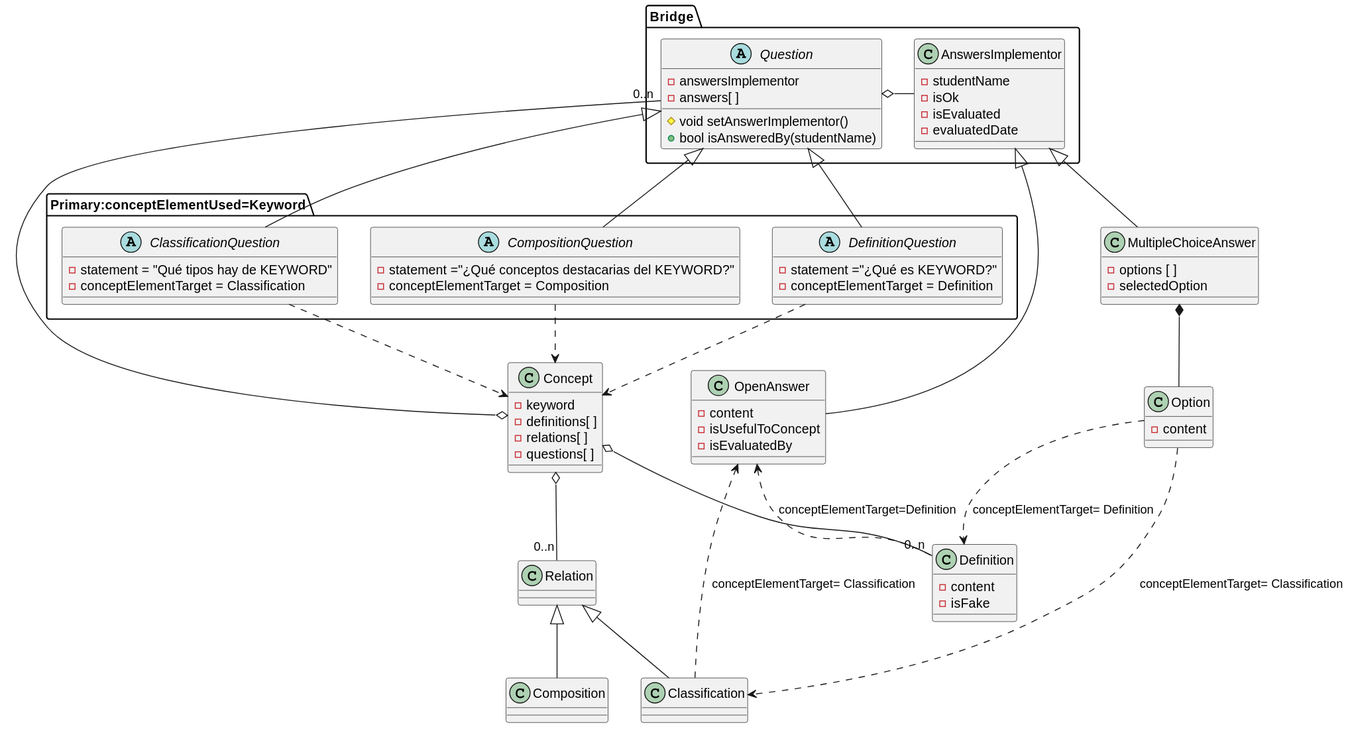
This is out/doc/dominio_detail_concept/ConceptDomainDetailBridge2.svg from Joselon/ProyectoOpoTest, a PlantUML export, as it was before one commit.
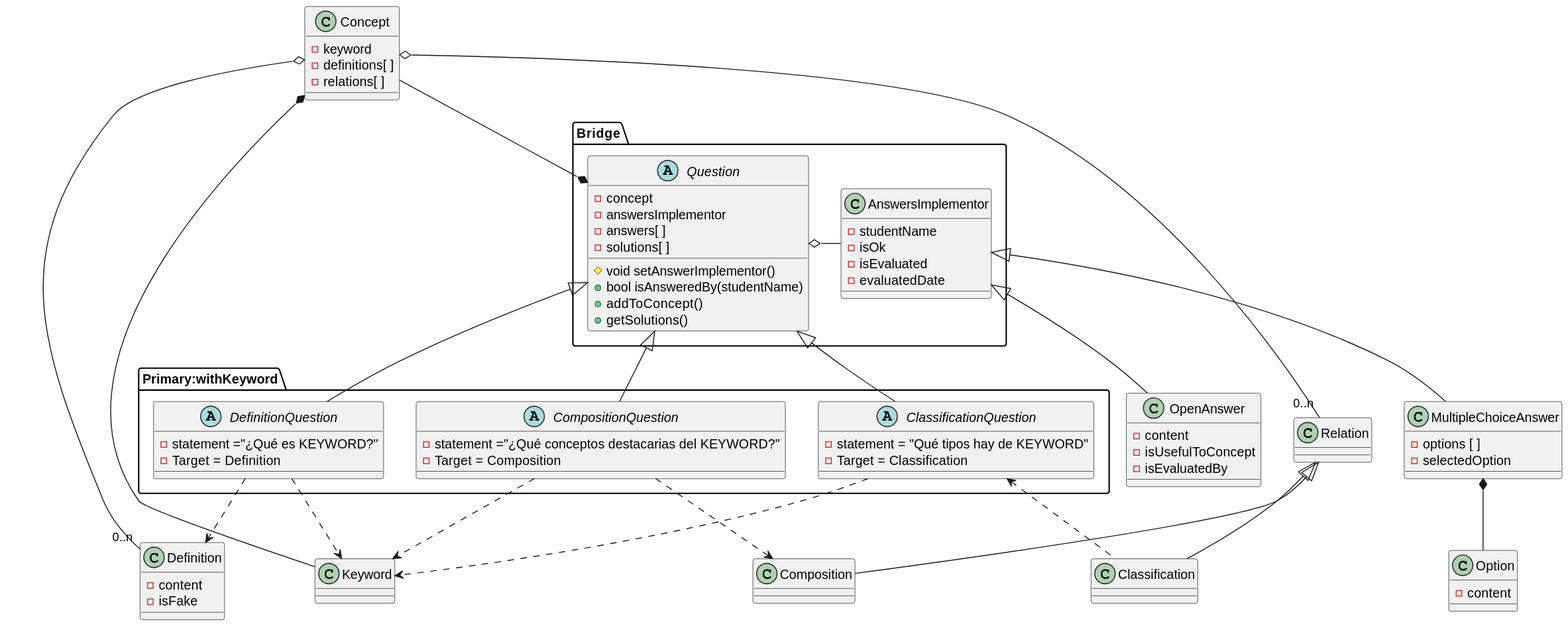
Above is the later version.

What changed in the source:
```diff
@@ -4,7 +4,6 @@
     - keyword
     - definitions[ ]
     - relations[ ]
-    - questions[ ]
 }
 
 class Definition {
@@ -18,20 +17,20 @@
 
 class Composition
 
-package Primary:conceptElementUsed=Keyword {
+package Primary:withKeyword {
     abstract class DefinitionQuestion {
         - statement ="¿Qué es KEYWORD?"
-        - conceptElementTarget = Definition
+        - Target = Definition
     }
 
     abstract  class ClassificationQuestion {
         - statement = "Qué tipos hay de KEYWORD"
-        - conceptElementTarget = Classification
+        - Target = Classification
     }
 
     abstract class CompositionQuestion {
         - statement ="¿Qué conceptos destacarias del KEYWORD?"
-        - conceptElementTarget = Composition
+        - Target = Composition
     }
 }
 
@@ -52,10 +51,14 @@
 
 package Bridge {
     abstract class Question {
+        - concept
         - answersImplementor
         - answers[ ]
+        - solutions[ ]
         # void setAnswerImplementor()
         + bool isAnsweredBy(studentName)
+        + addToConcept()
+        + getSolutions()
     }
 
     class AnswersImplementor {
@@ -70,28 +73,25 @@
 AnswersImplementor <|-- OpenAnswer
 AnswersImplementor <|-- MultipleChoiceAnswer
 
-
 MultipleChoiceAnswer *-- Option
 
-DefinitionQuestion ..> Concept
-ClassificationQuestion ..> Concept
-CompositionQuestion ..> Concept
+DefinitionQuestion ..> Keyword
+ClassificationQuestion ..> Keyword
+CompositionQuestion ..> Keyword
 
-Concept o-- "0..n" Question
-Concept o--"0..n" Definition
+Concept --* Question
+Concept *- Keyword
+Concept o-"0..n" Definition
 
-Concept o-- "0..n" Relation
+Concept o- "0..n" Relation
 Relation <|-- Classification
 Relation <|-- Composition
 
-
 Question <|-- DefinitionQuestion
-OpenAnswer <.. Definition:conceptElementTarget=Definition
-Option ..> Definition :conceptElementTarget= Definition
+DefinitionQuestion ..> Definition
 Question <|-- ClassificationQuestion
-OpenAnswer <.. Classification :conceptElementTarget= Classification
-Option ..> Classification :conceptElementTarget= Classification
-
+ClassificationQuestion <.. Classification
 Question <|-- CompositionQuestion
+CompositionQuestion ..> Composition
 
 @enduml
```
